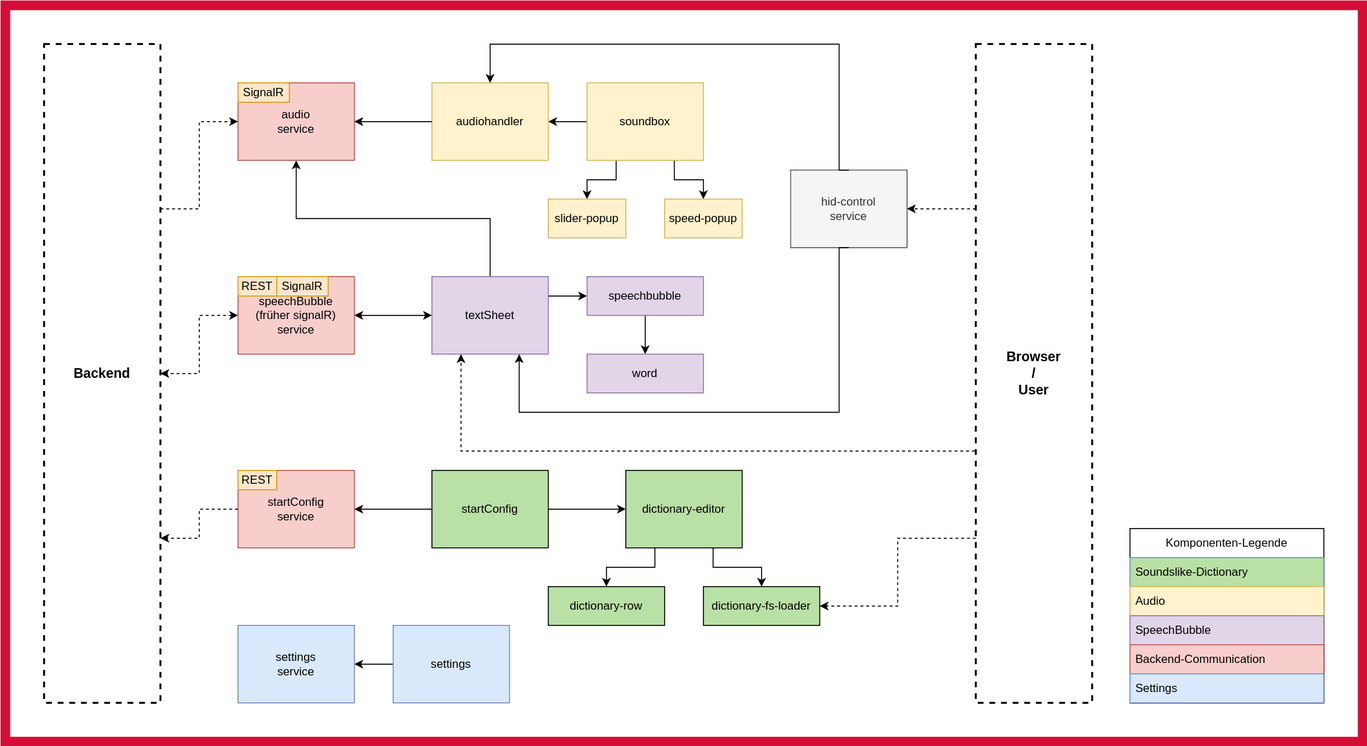
The draw.io diagram TechnicalDocumentation/arc42/img/Bausteinsicht_2_Frontend.drawio.svg in Subletic/Documentation, before a commit. Source tidied: cells renumbered, new cells last; positions are measured from the earlier drawing's top-left corner, leaving out a move shared by most shapes.
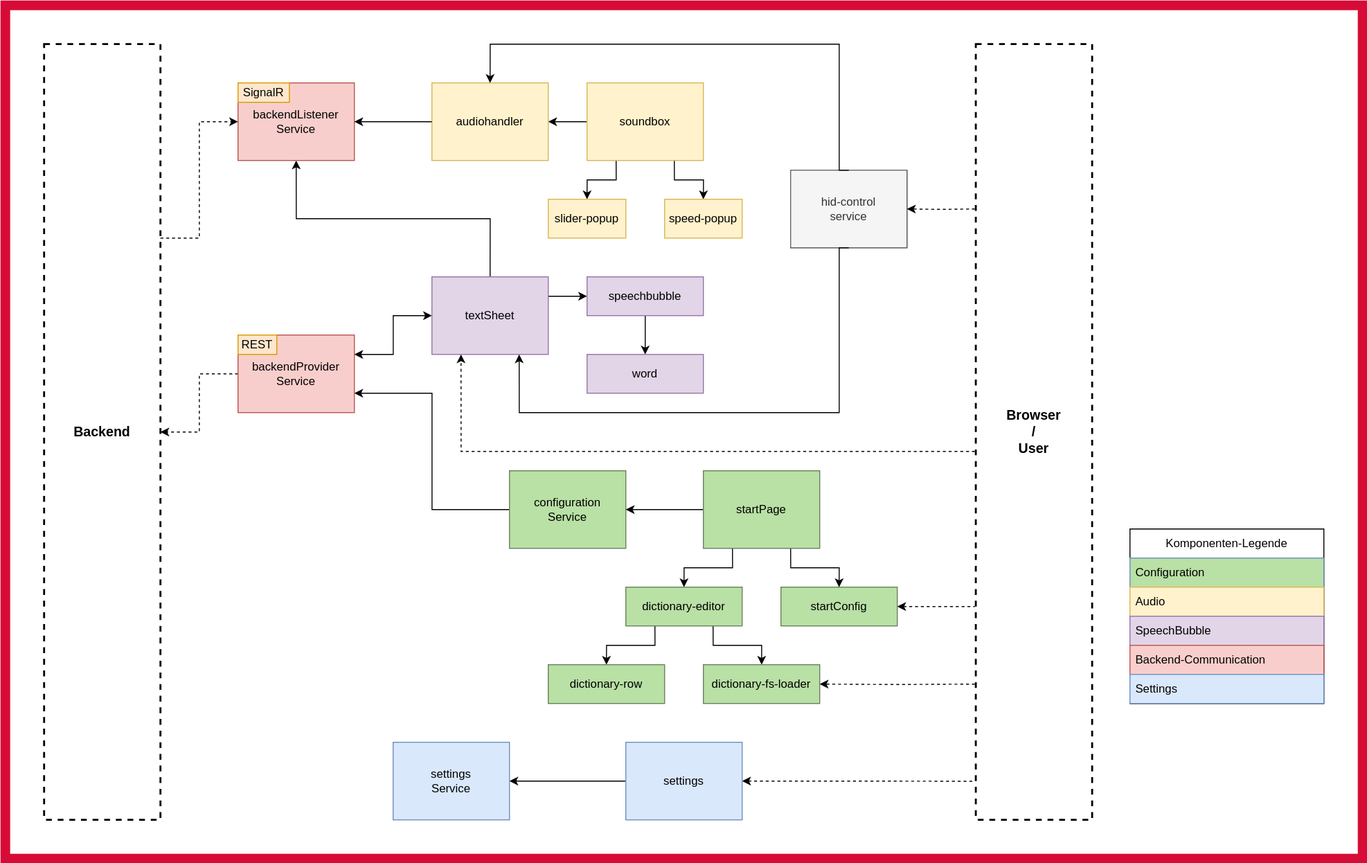
The same diagram one commit later.

Diff of the diagram source:
```diff
@@ -3,16 +3,18 @@
     <mxCell id="0" />
     <mxCell id="1" parent="0" />
     <mxCell id="2" style="rounded=0;whiteSpace=wrap;html=1;strokeColor=#D60C37;fillColor=default;strokeWidth=10;" parent="1" vertex="1">
-      <mxGeometry width="1400" height="760" as="geometry" />
+      <mxGeometry width="1400" height="880" as="geometry" />
     </mxCell>
-    <mxCell id="3" style="edgeStyle=orthogonalEdgeStyle;rounded=0;jettySize=auto;html=1;exitX=1;exitY=0.5;exitDx=0;exitDy=0;entryX=0;entryY=0.5;entryDx=0;entryDy=0;" parent="1" edge="1" source="5" target="9">
-      <mxGeometry relative="1" as="geometry" />
-    </mxCell>
-    <mxCell id="4" style="edgeStyle=orthogonalEdgeStyle;rounded=0;jettySize=auto;html=1;exitX=0;exitY=0.5;exitDx=0;exitDy=0;entryX=1;entryY=0.5;entryDx=0;entryDy=0;" parent="1" edge="1" source="5" target="31">
+    <mxCell id="4" style="edgeStyle=orthogonalEdgeStyle;rounded=0;jettySize=auto;html=1;exitX=0;exitY=0.5;exitDx=0;exitDy=0;entryX=1;entryY=0.75;entryDx=0;entryDy=0;" parent="1" edge="1" source="64" target="34">
       <mxGeometry relative="1" as="geometry" />
     </mxCell>
+    <mxCell id="62" style="edgeStyle=orthogonalEdgeStyle;rounded=0;jettySize=auto;html=1;exitX=1;exitY=0.5;exitDx=0;exitDy=0;startArrow=classic;startFill=1;endArrow=none;endFill=0;dashed=1;" parent="1" edge="1" source="5">
+      <mxGeometry relative="1" as="geometry">
+        <mxPoint x="1000" y="620.1" as="targetPoint" />
+      </mxGeometry>
+    </mxCell>
-    <mxCell id="5" value="startConfig" style="html=1;whiteSpace=wrap;fillColor=#B9E0A5;strokeColor=default;" parent="1" vertex="1">
-      <mxGeometry x="440" y="480" width="120" height="80" as="geometry" />
+    <mxCell id="5" value="startConfig" style="html=1;whiteSpace=wrap;fillColor=#B9E0A5;strokeColor=#69805D;" parent="1" vertex="1">
+      <mxGeometry x="800" y="600" width="120" height="40" as="geometry" />
     </mxCell>
     <mxCell id="6" style="ellipse;whiteSpace=wrap;html=1;align=center;fillColor=none;strokeColor=none;perimeter=centerPerimeter;" parent="1" vertex="1">
       <mxGeometry x="400" y="350" width="10" height="10" as="geometry" />
@@ -23,8 +25,8 @@
     <mxCell id="8" style="edgeStyle=orthogonalEdgeStyle;rounded=0;jettySize=auto;html=1;exitX=0.75;exitY=1;exitDx=0;exitDy=0;" parent="1" edge="1" source="9" target="46">
       <mxGeometry relative="1" as="geometry" />
     </mxCell>
-    <mxCell id="9" value="&lt;div&gt;dictionary-editor&lt;/div&gt;" style="html=1;whiteSpace=wrap;fillColor=#B9E0A5;strokeColor=default;" parent="1" vertex="1">
-      <mxGeometry x="640" y="480" width="120" height="80" as="geometry" />
+    <mxCell id="9" value="&lt;div&gt;dictionary-editor&lt;/div&gt;" style="html=1;whiteSpace=wrap;fillColor=#B9E0A5;strokeColor=#69805D;" parent="1" vertex="1">
+      <mxGeometry x="640" y="600" width="120" height="40" as="geometry" />
     </mxCell>
     <mxCell id="10" style="ellipse;whiteSpace=wrap;html=1;align=center;fillColor=none;strokeColor=none;perimeter=centerPerimeter;" parent="1" vertex="1">
       <mxGeometry x="405" y="330" width="10" height="10" as="geometry" />
@@ -35,7 +37,7 @@
     <mxCell id="12" style="edgeStyle=orthogonalEdgeStyle;rounded=0;jettySize=auto;html=1;exitX=1;exitY=0.25;exitDx=0;exitDy=0;entryX=0;entryY=0.5;entryDx=0;entryDy=0;" parent="1" edge="1" source="15" target="17">
       <mxGeometry relative="1" as="geometry" />
     </mxCell>
-    <mxCell id="13" style="edgeStyle=orthogonalEdgeStyle;rounded=0;jettySize=auto;html=1;exitX=0;exitY=0.5;exitDx=0;exitDy=0;entryX=1;entryY=0.5;entryDx=0;entryDy=0;startArrow=classic;startFill=1;" parent="1" edge="1" source="15" target="34">
+    <mxCell id="13" style="edgeStyle=orthogonalEdgeStyle;rounded=0;jettySize=auto;html=1;exitX=0;exitY=0.5;exitDx=0;exitDy=0;entryX=1;entryY=0.25;entryDx=0;entryDy=0;startArrow=classic;startFill=1;" parent="1" edge="1" source="15" target="34">
       <mxGeometry relative="1" as="geometry" />
     </mxCell>
     <mxCell id="14" style="edgeStyle=orthogonalEdgeStyle;rounded=0;jettySize=auto;html=1;exitX=0.5;exitY=0;exitDx=0;exitDy=0;entryX=0.5;entryY=1;entryDx=0;entryDy=0;" parent="1" edge="1" source="15" target="38">
@@ -76,7 +78,7 @@
     <mxCell id="24" value="Komponenten-Legende" style="swimlane;fontStyle=0;horizontal=1;startSize=30;whiteSpace=wrap;html=1;" parent="1" vertex="1">
       <mxGeometry x="1160" y="540" width="200" height="180" as="geometry" />
     </mxCell>
-    <mxCell id="25" value="Soundslike-Dictionary" style="text;strokeColor=#6c8ebf;fillColor=#B9E0A5;align=left;verticalAlign=middle;spacingLeft=4;spacingRight=4;overflow=hidden;whiteSpace=wrap;html=1;" parent="24" vertex="1">
+    <mxCell id="25" value="Configuration" style="text;strokeColor=#6c8ebf;fillColor=#B9E0A5;align=left;verticalAlign=middle;spacingLeft=4;spacingRight=4;overflow=hidden;whiteSpace=wrap;html=1;" parent="24" vertex="1">
       <mxGeometry y="30" width="200" height="30" as="geometry" />
     </mxCell>
     <mxCell id="26" value="Audio" style="text;strokeColor=#d6b656;fillColor=#fff2cc;align=left;verticalAlign=middle;spacingLeft=4;spacingRight=4;overflow=hidden;whiteSpace=wrap;html=1;" parent="24" vertex="1">
@@ -91,31 +93,10 @@
     <mxCell id="29" value="Settings" style="text;strokeColor=#6c8ebf;fillColor=#dae8fc;align=left;verticalAlign=middle;spacingLeft=4;spacingRight=4;overflow=hidden;whiteSpace=wrap;html=1;" parent="24" vertex="1">
       <mxGeometry y="150" width="200" height="30" as="geometry" />
     </mxCell>
-    <mxCell id="30" style="group;" parent="1" vertex="1">
-      <mxGeometry x="240" y="480" width="120" height="80" as="geometry" />
-    </mxCell>
-    <mxCell id="31" value="startConfig&lt;div&gt;service&lt;br&gt;&lt;/div&gt;" style="html=1;whiteSpace=wrap;fillColor=#f8cecc;strokeColor=#b85450;" parent="30" vertex="1">
-      <mxGeometry width="120" height="80" as="geometry" />
-    </mxCell>
-    <mxCell id="32" value="REST" style="rounded=0;whiteSpace=wrap;html=1;fillColor=#ffe6cc;strokeColor=#d79b00;" parent="30" vertex="1">
-      <mxGeometry width="40" height="20" as="geometry" />
-    </mxCell>
-    <mxCell id="33" style="group;" parent="1" vertex="1">
-      <mxGeometry x="240" y="280" width="120" height="80" as="geometry" />
-    </mxCell>
-    <mxCell id="34" value="&lt;div&gt;speechBubble&lt;/div&gt;&lt;div&gt;(früher signalR)&lt;/div&gt;&lt;div&gt;service&lt;/div&gt;" style="html=1;whiteSpace=wrap;fillColor=#f8cecc;strokeColor=#b85450;" parent="33" vertex="1">
-      <mxGeometry width="120" height="80" as="geometry" />
-    </mxCell>
-    <mxCell id="35" value="REST" style="rounded=0;whiteSpace=wrap;html=1;fillColor=#ffe6cc;strokeColor=#d79b00;" parent="33" vertex="1">
-      <mxGeometry width="40" height="20" as="geometry" />
-    </mxCell>
-    <mxCell id="36" value="SignalR" style="rounded=0;whiteSpace=wrap;html=1;fillColor=#ffe6cc;strokeColor=#d79b00;" parent="33" vertex="1">
-      <mxGeometry x="40" width="53" height="20" as="geometry" />
-    </mxCell>
     <mxCell id="37" style="group;" parent="1" vertex="1">
       <mxGeometry x="240" y="80" width="120" height="80" as="geometry" />
     </mxCell>
-    <mxCell id="38" value="&lt;div&gt;audio&lt;/div&gt;&lt;div&gt;service&lt;br&gt;&lt;/div&gt;" style="html=1;whiteSpace=wrap;fillColor=#f8cecc;strokeColor=#b85450;" parent="37" vertex="1">
+    <mxCell id="38" value="&lt;div&gt;backendListener&lt;/div&gt;&lt;div&gt;Service&lt;/div&gt;" style="html=1;whiteSpace=wrap;fillColor=#f8cecc;strokeColor=#b85450;" parent="37" vertex="1">
       <mxGeometry width="120" height="80" as="geometry" />
     </mxCell>
     <mxCell id="39" value="SignalR" style="rounded=0;whiteSpace=wrap;html=1;fillColor=#ffe6cc;strokeColor=#d79b00;" parent="37" vertex="1">
@@ -136,11 +117,11 @@
     <mxCell id="44" style="edgeStyle=orthogonalEdgeStyle;rounded=0;jettySize=auto;html=1;exitX=0;exitY=0.5;exitDx=0;exitDy=0;entryX=1;entryY=0.5;entryDx=0;entryDy=0;" parent="1" edge="1" source="41" target="38">
       <mxGeometry relative="1" as="geometry" />
     </mxCell>
-    <mxCell id="45" value="dictionary-row" style="html=1;whiteSpace=wrap;fillColor=#B9E0A5;strokeColor=default;" parent="1" vertex="1">
-      <mxGeometry x="560" y="600" width="120" height="40" as="geometry" />
+    <mxCell id="45" value="dictionary-row" style="html=1;whiteSpace=wrap;fillColor=#B9E0A5;strokeColor=#69805D;" parent="1" vertex="1">
+      <mxGeometry x="560" y="680" width="120" height="40" as="geometry" />
     </mxCell>
-    <mxCell id="46" value="dictionary-fs-loader" style="html=1;whiteSpace=wrap;fillColor=#B9E0A5;strokeColor=default;" parent="1" vertex="1">
-      <mxGeometry x="720" y="600" width="120" height="40" as="geometry" />
+    <mxCell id="46" value="dictionary-fs-loader" style="html=1;whiteSpace=wrap;fillColor=#B9E0A5;strokeColor=#69805D;" parent="1" vertex="1">
+      <mxGeometry x="720" y="680" width="120" height="40" as="geometry" />
     </mxCell>
     <mxCell id="47" style="group;fillColor=#f5f5f5;fontColor=#333333;strokeColor=#666666;" parent="1" vertex="1">
       <mxGeometry x="810" y="170" width="120" height="80" as="geometry" />
@@ -167,17 +148,26 @@
     <mxCell id="51" style="edgeStyle=orthogonalEdgeStyle;rounded=0;jettySize=auto;html=1;exitX=0;exitY=0.5;exitDx=0;exitDy=0;entryX=1;entryY=0.5;entryDx=0;entryDy=0;" parent="1" edge="1" source="52" target="53">
       <mxGeometry relative="1" as="geometry" />
     </mxCell>
+    <mxCell id="63" style="edgeStyle=orthogonalEdgeStyle;rounded=0;jettySize=auto;html=1;exitX=1;exitY=0.5;exitDx=0;exitDy=0;startArrow=classic;startFill=1;endArrow=none;endFill=0;dashed=1;" parent="1" edge="1" source="52">
+      <mxGeometry relative="1" as="geometry">
+        <mxPoint x="1000" y="800.2" as="targetPoint" />
+      </mxGeometry>
+    </mxCell>
     <mxCell id="52" value="settings" style="html=1;whiteSpace=wrap;fillColor=#dae8fc;strokeColor=#6c8ebf;" parent="1" vertex="1">
-      <mxGeometry x="400" y="640" width="120" height="80" as="geometry" />
+      <mxGeometry x="640" y="760" width="120" height="80" as="geometry" />
     </mxCell>
-    <mxCell id="53" value="&lt;div&gt;settings&lt;/div&gt;&lt;div&gt;service&lt;br&gt;&lt;/div&gt;" style="html=1;whiteSpace=wrap;fillColor=#dae8fc;strokeColor=#6c8ebf;" parent="1" vertex="1">
-      <mxGeometry x="240" y="640" width="120" height="80" as="geometry" />
+    <mxCell id="53" value="&lt;div&gt;settings&lt;/div&gt;&lt;div&gt;Service&lt;br&gt;&lt;/div&gt;" style="html=1;whiteSpace=wrap;fillColor=#dae8fc;strokeColor=#6c8ebf;" parent="1" vertex="1">
+      <mxGeometry x="400" y="760" width="120" height="80" as="geometry" />
     </mxCell>
-    <mxCell id="54" style="edgeStyle=orthogonalEdgeStyle;rounded=0;jettySize=auto;html=1;exitX=0;exitY=0.25;exitDx=0;exitDy=0;entryX=1;entryY=0.5;entryDx=0;entryDy=0;dashed=1;" parent="1" edge="1" source="57" target="48">
-      <mxGeometry relative="1" as="geometry" />
+    <mxCell id="54" style="edgeStyle=orthogonalEdgeStyle;rounded=0;jettySize=auto;html=1;entryX=1;entryY=0.5;entryDx=0;entryDy=0;dashed=1;" parent="1" edge="1" target="48">
+      <mxGeometry relative="1" as="geometry">
+        <mxPoint x="1000" y="210" as="sourcePoint" />
+      </mxGeometry>
     </mxCell>
-    <mxCell id="55" style="edgeStyle=orthogonalEdgeStyle;rounded=0;jettySize=auto;html=1;exitX=0;exitY=0.75;exitDx=0;exitDy=0;entryX=1;entryY=0.5;entryDx=0;entryDy=0;dashed=1;" parent="1" edge="1" source="57" target="46">
-      <mxGeometry relative="1" as="geometry" />
+    <mxCell id="55" style="edgeStyle=orthogonalEdgeStyle;rounded=0;jettySize=auto;html=1;entryX=1;entryY=0.5;entryDx=0;entryDy=0;dashed=1;" parent="1" edge="1" target="46">
+      <mxGeometry relative="1" as="geometry">
+        <mxPoint x="1000" y="700" as="sourcePoint" />
+      </mxGeometry>
     </mxCell>
     <mxCell id="56" style="edgeStyle=orthogonalEdgeStyle;rounded=0;jettySize=auto;html=1;entryX=0.25;entryY=1;entryDx=0;entryDy=0;dashed=1;" parent="1" edge="1" target="15">
       <mxGeometry relative="1" as="geometry">
@@ -188,19 +178,37 @@
       </mxGeometry>
     </mxCell>
     <mxCell id="57" value="&lt;div style=&quot;font-size: 14px;&quot;&gt;&lt;font style=&quot;font-size: 14px;&quot;&gt;&lt;b&gt;Browser&lt;/b&gt;&lt;/font&gt;&lt;/div&gt;&lt;div style=&quot;font-size: 14px;&quot;&gt;&lt;font style=&quot;font-size: 14px;&quot;&gt;&lt;b&gt;/&lt;/b&gt;&lt;/font&gt;&lt;/div&gt;&lt;div style=&quot;font-size: 14px;&quot;&gt;&lt;font style=&quot;font-size: 14px;&quot;&gt;&lt;b&gt;&lt;font style=&quot;font-size: 14px;&quot;&gt;User&lt;/font&gt;&lt;br&gt;&lt;/b&gt;&lt;/font&gt;&lt;/div&gt;" style="rounded=0;whiteSpace=wrap;html=1;fillOpacity=0;dashed=1;strokeWidth=2;" parent="1" vertex="1">
-      <mxGeometry x="1001" y="40" width="120" height="680" as="geometry" />
+      <mxGeometry x="1001" y="40" width="120" height="800" as="geometry" />
     </mxCell>
     <mxCell id="58" style="edgeStyle=orthogonalEdgeStyle;rounded=0;jettySize=auto;html=1;exitX=1;exitY=0.25;exitDx=0;exitDy=0;entryX=0;entryY=0.5;entryDx=0;entryDy=0;dashed=1;" parent="1" edge="1" source="59" target="38">
       <mxGeometry relative="1" as="geometry" />
     </mxCell>
     <mxCell id="59" value="&lt;b&gt;&lt;font style=&quot;font-size: 14px;&quot;&gt;Backend&lt;/font&gt;&lt;/b&gt;" style="rounded=0;whiteSpace=wrap;html=1;fillOpacity=0;dashed=1;strokeWidth=2;" parent="1" vertex="1">
-      <mxGeometry x="40" y="40" width="120" height="680" as="geometry" />
+      <mxGeometry x="40" y="40" width="120" height="800" as="geometry" />
     </mxCell>
-    <mxCell id="60" style="edgeStyle=orthogonalEdgeStyle;rounded=0;jettySize=auto;html=1;exitX=0;exitY=0.5;exitDx=0;exitDy=0;entryX=1;entryY=0.5;entryDx=0;entryDy=0;startArrow=classic;startFill=1;dashed=1;" parent="1" edge="1" source="34" target="59">
+    <mxCell id="60" style="edgeStyle=orthogonalEdgeStyle;rounded=0;jettySize=auto;html=1;exitX=0;exitY=0.5;exitDx=0;exitDy=0;entryX=1;entryY=0.5;entryDx=0;entryDy=0;startArrow=none;startFill=0;dashed=1;" parent="1" edge="1" source="34" target="59">
       <mxGeometry relative="1" as="geometry" />
     </mxCell>
-    <mxCell id="61" style="edgeStyle=orthogonalEdgeStyle;rounded=0;jettySize=auto;html=1;exitX=0;exitY=0.5;exitDx=0;exitDy=0;entryX=1;entryY=0.75;entryDx=0;entryDy=0;dashed=1;" parent="1" edge="1" source="31" target="59">
-      <mxGeometry relative="1" as="geometry" />
-    </mxCell>
+    <mxCell id="34" value="&lt;div&gt;backendProvider&lt;/div&gt;&lt;div&gt;Service&lt;/div&gt;" style="html=1;whiteSpace=wrap;fillColor=#f8cecc;strokeColor=#b85450;" parent="1" vertex="1">
+      <mxGeometry x="240" y="340" width="120" height="80" as="geometry" />
+    </mxCell>
+    <mxCell id="35" value="REST" style="rounded=0;whiteSpace=wrap;html=1;fillColor=#ffe6cc;strokeColor=#d79b00;" parent="1" vertex="1">
+      <mxGeometry x="240" y="340" width="40" height="20" as="geometry" />
+    </mxCell>
+    <mxCell id="64" value="&lt;div&gt;configuration&lt;/div&gt;&lt;div&gt;Service&lt;/div&gt;" style="html=1;whiteSpace=wrap;fillColor=#B9E0A5;strokeColor=#69805D;" parent="1" vertex="1">
+      <mxGeometry x="520" y="480" width="120" height="80" as="geometry" />
+    </mxCell>
+    <mxCell id="65" style="edgeStyle=orthogonalEdgeStyle;rounded=0;jettySize=auto;html=1;exitX=0.25;exitY=1;exitDx=0;exitDy=0;entryX=0.5;entryY=0;entryDx=0;entryDy=0;" parent="1" edge="1" source="68" target="9">
+      <mxGeometry relative="1" as="geometry" />
+    </mxCell>
+    <mxCell id="66" style="edgeStyle=orthogonalEdgeStyle;rounded=0;jettySize=auto;html=1;entryX=0.5;entryY=0;entryDx=0;entryDy=0;exitX=0.75;exitY=1;exitDx=0;exitDy=0;" parent="1" edge="1" source="68" target="5">
+      <mxGeometry relative="1" as="geometry" />
+    </mxCell>
+    <mxCell id="67" style="edgeStyle=orthogonalEdgeStyle;rounded=0;jettySize=auto;html=1;exitX=0;exitY=0.5;exitDx=0;exitDy=0;entryX=1;entryY=0.5;entryDx=0;entryDy=0;" parent="1" edge="1" source="68" target="64">
+      <mxGeometry relative="1" as="geometry" />
+    </mxCell>
+    <mxCell id="68" value="startPage" style="html=1;whiteSpace=wrap;fillColor=#B9E0A5;strokeColor=#69805D;" parent="1" vertex="1">
+      <mxGeometry x="720" y="480" width="120" height="80" as="geometry" />
+    </mxCell>
   </root>
 </mxGraphModel>
```
